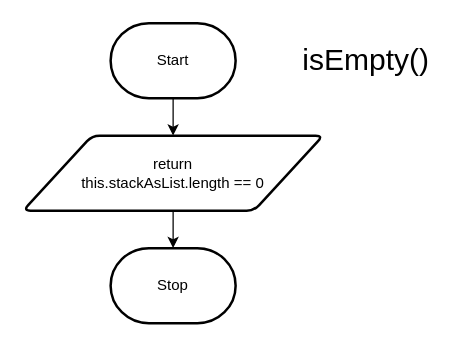
The draw.io diagram flowchart.drawio in AndiCucka/ICS4U-Unit2-03, before the edit. Source tidied: cells renumbered, new cells numbered last; positions are measured from the earlier drawing's top-left corner, leaving out a move shared by most shapes. Both pictures are drawn from the tidied source at 125%, with x=0, y=0 at pixel (22, 22).
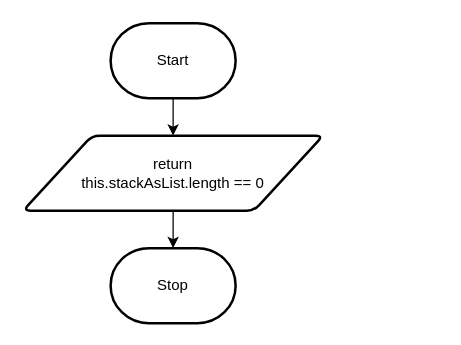
After the change.

Change to the diagram source:
```diff
@@
 <mxGraphModel>
   <root>
     <mxCell id="0" />
     <mxCell id="1" parent="0" />
     <mxCell id="2" style="edgeStyle=none;html=1;entryX=0.5;entryY=0;entryDx=0;entryDy=0;" parent="1" edge="1" source="3" target="6">
       <mxGeometry relative="1" as="geometry" />
     </mxCell>
     <mxCell id="3" value="Start" style="strokeWidth=2;html=1;shape=mxgraph.flowchart.terminator;whiteSpace=wrap;" parent="1" vertex="1">
       <mxGeometry x="70" width="100" height="60" as="geometry" />
     </mxCell>
     <mxCell id="4" value="Stop" style="strokeWidth=2;html=1;shape=mxgraph.flowchart.terminator;whiteSpace=wrap;" parent="1" vertex="1">
       <mxGeometry x="70" y="180" width="100" height="60" as="geometry" />
     </mxCell>
     <mxCell id="5" style="edgeStyle=none;html=1;" parent="1" edge="1" source="6" target="4">
       <mxGeometry relative="1" as="geometry" />
     </mxCell>
     <mxCell id="6" value="return&lt;br&gt;this.stackAsList.length == 0" style="shape=parallelogram;html=1;strokeWidth=2;perimeter=parallelogramPerimeter;whiteSpace=wrap;rounded=1;arcSize=12;size=0.23;" parent="1" vertex="1">
       <mxGeometry y="90" width="240" height="60" as="geometry" />
     </mxCell>
-    <mxCell id="7" value="&lt;font style=&quot;font-size: 24px;&quot;&gt;isEmpty()&lt;/font&gt;" style="text;html=1;align=center;verticalAlign=middle;strokeColor=none;fillColor=none;" parent="1" vertex="1">
-      <mxGeometry x="214" y="10" width="120" height="40" as="geometry" />
-    </mxCell>
   </root>
 </mxGraphModel>
```
